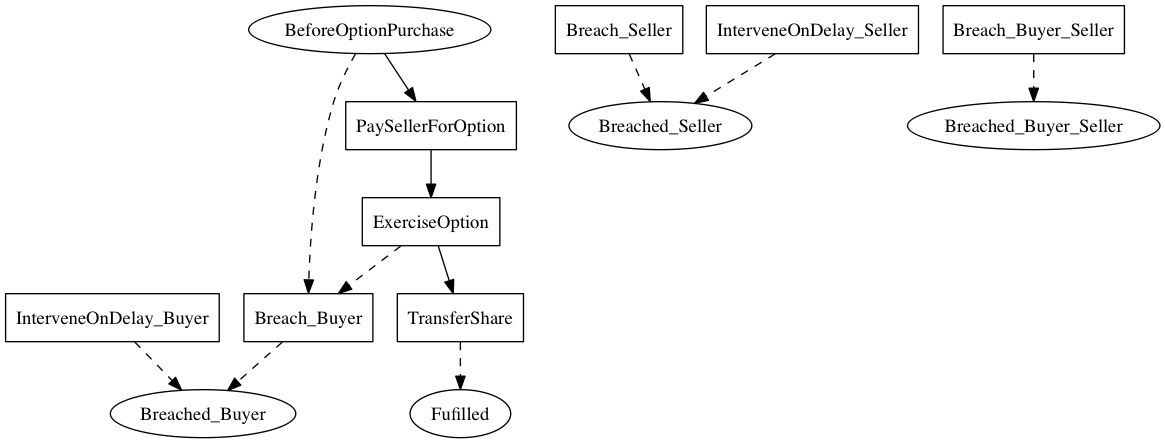
This is linear_state_machine_language/pyL4/examples/out_graphviz/from_academic_lit/Farmer_american_call_option_2016.png from Marcao02/complaw-deeptech, a Graphviz export, as it was before one commit. Its source is kept beside it as linear_state_machine_language/pyL4/examples/out_graphviz/from_academic_lit/Farmer_american_call_option_2016.dot. Its diagram source:
```dot

digraph Farmer_American_call_option_from_A_Formal_Language_for_Writing_Contracts_2016 {
    Fulfilled[label=Fufilled];
    BeforeOptionPurchase[label=BeforeOptionPurchase];
	Breached_Seller[label=Breached_Seller];
	Breached_Buyer[label=Breached_Buyer];
	Breached_Buyer_Seller[label=Breached_Buyer_Seller]


    PaySellerForOption[label=PaySellerForOption,shape=box];
	ExerciseOption[label=ExerciseOption,shape=box];
	TransferShare[label=TransferShare,shape=box];
	Breach_Seller[label=Breach_Seller,shape=box];
	Breach_Buyer[label=Breach_Buyer,shape=box];
	Breach_Buyer_Seller[label=Breach_Buyer_Seller,shape=box];
	InterveneOnDelay_Buyer[label=InterveneOnDelay_Buyer,shape=box];
	InterveneOnDelay_Seller[label=InterveneOnDelay_Seller,shape=box]



    BeforeOptionPurchase -> PaySellerForOption;
	BeforeOptionPurchase -> Breach_Buyer [style=dashed];
	PaySellerForOption -> ExerciseOption;
	ExerciseOption -> TransferShare;
	ExerciseOption -> Breach_Buyer [style=dashed]

    TransferShare -> Fulfilled [style=dashed];
	Breach_Seller -> Breached_Seller [style=dashed];
	Breach_Buyer -> Breached_Buyer [style=dashed];
	Breach_Buyer_Seller -> Breached_Buyer_Seller [style=dashed];
	InterveneOnDelay_Buyer -> Breached_Buyer [style=dashed];
	InterveneOnDelay_Seller -> Breached_Seller [style=dashed];



}
```
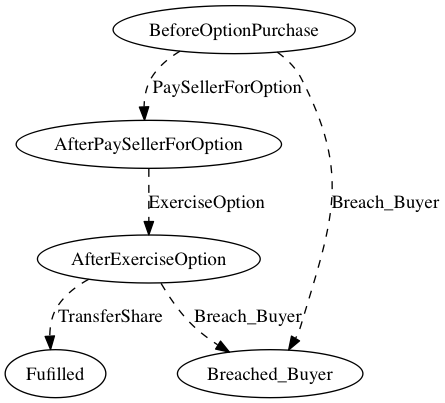
Above is the later version.

Diff of the diagram source:
```diff
@@ -1,35 +1,19 @@
 
 digraph Farmer_American_call_option_from_A_Formal_Language_for_Writing_Contracts_2016 {
     Fulfilled[label=Fufilled];
-    BeforeOptionPurchase[label=BeforeOptionPurchase];
-	Breached_Seller[label=Breached_Seller];
-	Breached_Buyer[label=Breached_Buyer];
-	Breached_Buyer_Seller[label=Breached_Buyer_Seller]
-
-
-    PaySellerForOption[label=PaySellerForOption,shape=box];
-	ExerciseOption[label=ExerciseOption,shape=box];
-	TransferShare[label=TransferShare,shape=box];
-	Breach_Seller[label=Breach_Seller,shape=box];
-	Breach_Buyer[label=Breach_Buyer,shape=box];
-	Breach_Buyer_Seller[label=Breach_Buyer_Seller,shape=box];
-	InterveneOnDelay_Buyer[label=InterveneOnDelay_Buyer,shape=box];
-	InterveneOnDelay_Seller[label=InterveneOnDelay_Seller,shape=box]
+    BeforeOptionPurchase[label=BeforeOptionPurchase]
 
 
 
-    BeforeOptionPurchase -> PaySellerForOption;
-	BeforeOptionPurchase -> Breach_Buyer [style=dashed];
-	PaySellerForOption -> ExerciseOption;
-	ExerciseOption -> TransferShare;
-	ExerciseOption -> Breach_Buyer [style=dashed]
 
-    TransferShare -> Fulfilled [style=dashed];
-	Breach_Seller -> Breached_Seller [style=dashed];
-	Breach_Buyer -> Breached_Buyer [style=dashed];
-	Breach_Buyer_Seller -> Breached_Buyer_Seller [style=dashed];
-	InterveneOnDelay_Buyer -> Breached_Buyer [style=dashed];
-	InterveneOnDelay_Seller -> Breached_Seller [style=dashed];
+
+
+
+    BeforeOptionPurchase -> AfterPaySellerForOption [style=dashed,label=PaySellerForOption];
+	BeforeOptionPurchase -> Breached_Buyer [style=dashed,label=Breach_Buyer];
+	AfterPaySellerForOption -> AfterExerciseOption [style=dashed,label=ExerciseOption];
+	AfterExerciseOption -> Fulfilled [style=dashed,label=TransferShare];
+	AfterExerciseOption -> Breached_Buyer [style=dashed,label=Breach_Buyer];
 
 
 
```
